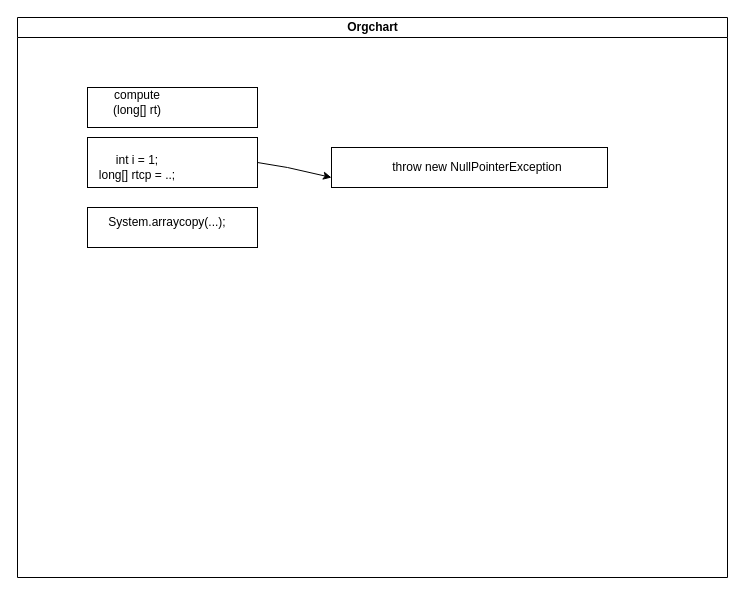
Earlier version of the draw.io diagram Se-ü5.drawio (Hiba97/Software-Engineering). Source tidied: cells renumbered, new cells numbered last; positions are measured from the earlier drawing's top-left corner, leaving out a move shared by most shapes. Both pictures are drawn from the tidied source at 100%, with x=0, y=0 at pixel (17, 17).
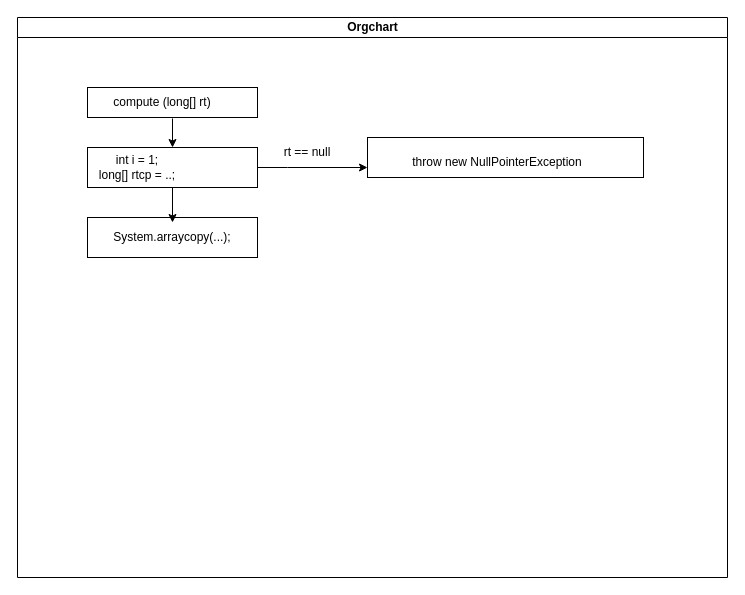
After the change.

Change to the diagram source:
```diff
@@
 <mxGraphModel>
   <root>
     <mxCell id="0" />
     <mxCell id="1" parent="0" />
     <mxCell id="2" value="Orgchart" style="swimlane;html=1;startSize=20;horizontal=1;containerType=tree;glass=0;" parent="1" vertex="1">
       <mxGeometry width="710" height="560" as="geometry" />
     </mxCell>
     <mxCell id="3" style="rounded=0;whiteSpace=wrap;html=1;" parent="2" vertex="1">
-      <mxGeometry x="70" y="70" width="170" height="40" as="geometry" />
+      <mxGeometry x="70" y="70" width="170" height="30" as="geometry" />
     </mxCell>
     <mxCell id="4" style="rounded=0;whiteSpace=wrap;html=1;" parent="2" vertex="1">
-      <mxGeometry x="70" y="120" width="170" height="50" as="geometry" />
+      <mxGeometry x="70" y="130" width="170" height="40" as="geometry" />
     </mxCell>
     <mxCell id="5" style="rounded=0;whiteSpace=wrap;html=1;" parent="2" vertex="1">
-      <mxGeometry x="70" y="190" width="170" height="40" as="geometry" />
+      <mxGeometry x="70" y="200" width="170" height="40" as="geometry" />
     </mxCell>
     <mxCell id="6" style="rounded=0;whiteSpace=wrap;html=1;" parent="2" vertex="1">
-      <mxGeometry x="314" y="130" width="276" height="40" as="geometry" />
+      <mxGeometry x="350" y="120" width="276" height="40" as="geometry" />
     </mxCell>
     <mxCell id="7" value="compute (long[] rt)" style="text;html=1;strokeColor=none;fillColor=none;align=center;verticalAlign=middle;whiteSpace=wrap;rounded=0;" parent="2" vertex="1">
-      <mxGeometry x="90" y="70" width="60" height="30" as="geometry" />
+      <mxGeometry x="90" y="70" width="110" height="30" as="geometry" />
     </mxCell>
     <mxCell id="8" value="int i = 1;&lt;br&gt;long[] rtcp = ..;" style="text;html=1;strokeColor=none;fillColor=none;align=center;verticalAlign=middle;whiteSpace=wrap;rounded=0;" parent="2" vertex="1">
       <mxGeometry x="10" y="135" width="220" height="30" as="geometry" />
     </mxCell>
     <mxCell id="9" value="System.arraycopy(...);" style="text;html=1;strokeColor=none;fillColor=none;align=center;verticalAlign=middle;whiteSpace=wrap;rounded=0;" parent="2" vertex="1">
-      <mxGeometry x="120" y="190" width="60" height="30" as="geometry" />
+      <mxGeometry x="125" y="205" width="60" height="30" as="geometry" />
     </mxCell>
     <mxCell id="10" value="throw new NullPointerException" style="text;html=1;strokeColor=none;fillColor=none;align=center;verticalAlign=middle;whiteSpace=wrap;rounded=0;" parent="2" vertex="1">
-      <mxGeometry x="340" y="135" width="240" height="30" as="geometry" />
+      <mxGeometry x="360" y="130" width="240" height="30" as="geometry" />
     </mxCell>
-    <mxCell id="11" style="endArrow=classic;html=1;rounded=0;entryX=0;entryY=0.75;entryDx=0;entryDy=0;exitX=1;exitY=0.5;exitDx=0;exitDy=0;" parent="2" edge="1" source="4" target="6">
+    <mxCell id="11" style="endArrow=classic;html=1;rounded=0;entryX=0;entryY=0.75;entryDx=0;entryDy=0;" parent="2" edge="1" target="6">
       <mxGeometry relative="1" as="geometry">
+        <mxPoint x="240" y="150" as="sourcePoint" />
         <Array as="points">
           <mxPoint x="270" y="150" />
         </Array>
       </mxGeometry>
     </mxCell>
+    <mxCell id="12" value="rt == null&lt;br&gt;" style="text;html=1;strokeColor=none;fillColor=none;align=center;verticalAlign=middle;whiteSpace=wrap;rounded=0;" parent="2" vertex="1">
+      <mxGeometry x="260" y="120" width="60" height="30" as="geometry" />
+    </mxCell>
+    <mxCell id="13" style="endArrow=classic;html=1;rounded=0;exitX=0.5;exitY=1;exitDx=0;exitDy=0;" parent="2" edge="1" source="4">
+      <mxGeometry relative="1" as="geometry">
+        <mxPoint x="155" y="205" as="targetPoint" />
+      </mxGeometry>
+    </mxCell>
+    <mxCell id="14" style="endArrow=classic;html=1;rounded=0;exitX=0.591;exitY=1.033;exitDx=0;exitDy=0;exitPerimeter=0;" parent="2" edge="1" source="7">
+      <mxGeometry relative="1" as="geometry">
+        <mxPoint x="155" y="130" as="targetPoint" />
+      </mxGeometry>
+    </mxCell>
   </root>
 </mxGraphModel>
```
